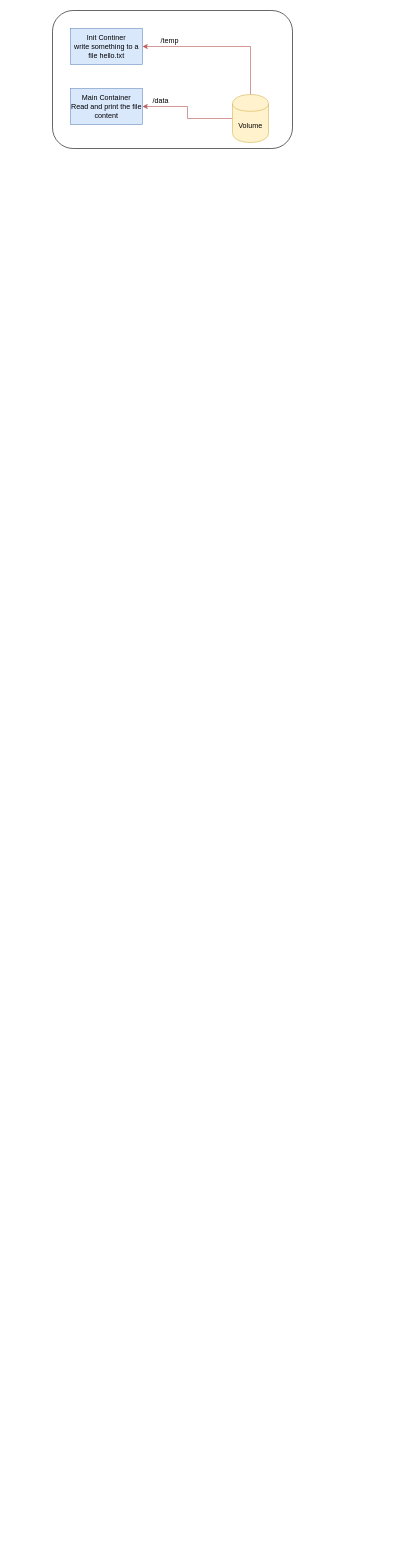
Before: page "volumes" (6 of 6) of diagrams.drawio in nilesh93/CKA-Aug-2021, a draw.io diagram. Source tidied: cells renumbered, new cells numbered last; positions are measured from the earlier drawing's top-left corner, leaving out a move shared by most shapes. Both pictures are drawn from the tidied source at 60%, with x=0, y=0 at pixel (52, 10).
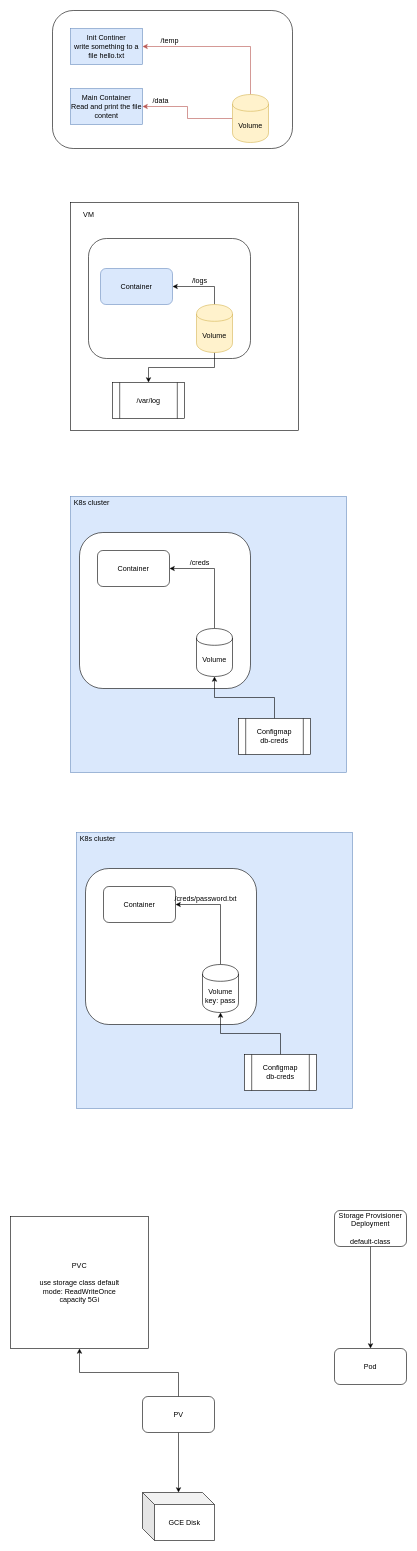
The same page after the edit.

The edit, as a diff of the source:
```diff
@@
+    <mxCell id="10" style="whiteSpace=wrap;html=1;" parent="1" vertex="1">
+      <mxGeometry x="30" y="320" width="380" height="380" as="geometry" />
+    </mxCell>
+    <mxCell id="11" style="rounded=1;whiteSpace=wrap;html=1;" parent="1" vertex="1">
+      <mxGeometry x="60" y="380" width="270" height="200" as="geometry" />
+    </mxCell>
+    <mxCell id="12" style="edgeStyle=orthogonalEdgeStyle;rounded=0;jettySize=auto;html=1;exitX=0.5;exitY=0;exitDx=0;exitDy=0;" parent="1" edge="1" source="14" target="15">
+      <mxGeometry relative="1" as="geometry" />
+    </mxCell>
+    <mxCell id="13" style="edgeStyle=orthogonalEdgeStyle;rounded=0;jettySize=auto;html=1;exitX=0.5;exitY=1;exitDx=0;exitDy=0;" parent="1" edge="1" source="14" target="17">
+      <mxGeometry relative="1" as="geometry" />
+    </mxCell>
+    <mxCell id="14" value="Volume" style="shape=cylinder;whiteSpace=wrap;html=1;boundedLbl=1;backgroundOutline=1;fillColor=#fff2cc;strokeColor=#d6b656;" parent="1" vertex="1">
+      <mxGeometry x="240" y="490" width="60" height="80" as="geometry" />
+    </mxCell>
+    <mxCell id="15" value="Container" style="rounded=1;whiteSpace=wrap;html=1;fillColor=#dae8fc;strokeColor=#6c8ebf;" parent="1" vertex="1">
+      <mxGeometry x="80" y="430" width="120" height="60" as="geometry" />
+    </mxCell>
+    <mxCell id="16" value="/logs" style="text;html=1;align=center;verticalAlign=middle;" parent="1" vertex="1">
+      <mxGeometry x="225" y="440" width="40" height="20" as="geometry" />
+    </mxCell>
+    <mxCell id="17" value="/var/log" style="shape=process;whiteSpace=wrap;html=1;backgroundOutline=1;" parent="1" vertex="1">
+      <mxGeometry x="100" y="620" width="120" height="60" as="geometry" />
+    </mxCell>
+    <mxCell id="18" value="VM" style="text;html=1;align=center;verticalAlign=middle;" parent="1" vertex="1">
+      <mxGeometry x="45" y="330" width="30" height="20" as="geometry" />
+    </mxCell>
+    <mxCell id="19" style="whiteSpace=wrap;html=1;fillColor=#dae8fc;strokeColor=#6c8ebf;" parent="1" vertex="1">
+      <mxGeometry x="30" y="810" width="460" height="460" as="geometry" />
+    </mxCell>
+    <mxCell id="20" style="rounded=1;whiteSpace=wrap;html=1;" parent="1" vertex="1">
+      <mxGeometry x="45" y="870" width="285" height="260" as="geometry" />
+    </mxCell>
+    <mxCell id="21" value="K8s cluster" style="text;html=1;align=center;verticalAlign=middle;" parent="1" vertex="1">
+      <mxGeometry x="30" y="810" width="70" height="20" as="geometry" />
+    </mxCell>
+    <mxCell id="22" value="Container" style="rounded=1;whiteSpace=wrap;html=1;" parent="1" vertex="1">
+      <mxGeometry x="75" y="900" width="120" height="60" as="geometry" />
+    </mxCell>
+    <mxCell id="23" style="edgeStyle=orthogonalEdgeStyle;rounded=0;jettySize=auto;html=1;exitX=0.5;exitY=0;exitDx=0;exitDy=0;entryX=1;entryY=0.5;entryDx=0;entryDy=0;" parent="1" edge="1" source="24" target="22">
+      <mxGeometry relative="1" as="geometry" />
+    </mxCell>
+    <mxCell id="24" value="Volume" style="shape=cylinder;whiteSpace=wrap;html=1;boundedLbl=1;backgroundOutline=1;" parent="1" vertex="1">
+      <mxGeometry x="240" y="1030" width="60" height="80" as="geometry" />
+    </mxCell>
+    <mxCell id="25" value="/creds" style="text;html=1;align=center;verticalAlign=middle;" parent="1" vertex="1">
+      <mxGeometry x="220" y="910" width="50" height="20" as="geometry" />
+    </mxCell>
+    <mxCell id="26" style="edgeStyle=orthogonalEdgeStyle;rounded=0;jettySize=auto;html=1;exitX=0.5;exitY=0;exitDx=0;exitDy=0;" parent="1" edge="1" source="27" target="24">
+      <mxGeometry relative="1" as="geometry" />
+    </mxCell>
+    <mxCell id="27" value="Configmap&lt;br&gt;db-creds" style="shape=process;whiteSpace=wrap;html=1;backgroundOutline=1;" parent="1" vertex="1">
+      <mxGeometry x="310" y="1180" width="120" height="60" as="geometry" />
+    </mxCell>
+    <mxCell id="28" style="whiteSpace=wrap;html=1;fillColor=#dae8fc;strokeColor=#6c8ebf;" parent="1" vertex="1">
+      <mxGeometry x="40" y="1370" width="460" height="460" as="geometry" />
+    </mxCell>
+    <mxCell id="29" style="rounded=1;whiteSpace=wrap;html=1;" parent="1" vertex="1">
+      <mxGeometry x="55" y="1430" width="285" height="260" as="geometry" />
+    </mxCell>
+    <mxCell id="30" value="K8s cluster" style="text;html=1;align=center;verticalAlign=middle;" parent="1" vertex="1">
+      <mxGeometry x="40" y="1370" width="70" height="20" as="geometry" />
+    </mxCell>
+    <mxCell id="31" value="Container" style="rounded=1;whiteSpace=wrap;html=1;" parent="1" vertex="1">
+      <mxGeometry x="85" y="1460" width="120" height="60" as="geometry" />
+    </mxCell>
+    <mxCell id="32" style="edgeStyle=orthogonalEdgeStyle;rounded=0;jettySize=auto;html=1;exitX=0.5;exitY=0;exitDx=0;exitDy=0;entryX=1;entryY=0.5;entryDx=0;entryDy=0;" parent="1" edge="1" source="33" target="31">
+      <mxGeometry relative="1" as="geometry" />
+    </mxCell>
+    <mxCell id="33" value="Volume&lt;br&gt;key: pass" style="shape=cylinder;whiteSpace=wrap;html=1;boundedLbl=1;backgroundOutline=1;" parent="1" vertex="1">
+      <mxGeometry x="250" y="1590" width="60" height="80" as="geometry" />
+    </mxCell>
+    <mxCell id="34" value="/creds/password.txt" style="text;html=1;align=center;verticalAlign=middle;" parent="1" vertex="1">
+      <mxGeometry x="195" y="1470" width="120" height="20" as="geometry" />
+    </mxCell>
+    <mxCell id="35" style="edgeStyle=orthogonalEdgeStyle;rounded=0;jettySize=auto;html=1;exitX=0.5;exitY=0;exitDx=0;exitDy=0;" parent="1" edge="1" source="36" target="33">
+      <mxGeometry relative="1" as="geometry" />
+    </mxCell>
+    <mxCell id="36" value="Configmap&lt;br&gt;db-creds" style="shape=process;whiteSpace=wrap;html=1;backgroundOutline=1;" parent="1" vertex="1">
+      <mxGeometry x="320" y="1740" width="120" height="60" as="geometry" />
+    </mxCell>
+    <mxCell id="37" style="edgeStyle=orthogonalEdgeStyle;rounded=0;jettySize=auto;html=1;exitX=0.5;exitY=1;exitDx=0;exitDy=0;" parent="1" edge="1" source="38" target="39">
+      <mxGeometry relative="1" as="geometry" />
+    </mxCell>
+    <mxCell id="38" value="Storage Provisioner Deployment&lt;br&gt;&lt;br&gt;default-class" style="rounded=1;whiteSpace=wrap;html=1;" parent="1" vertex="1">
+      <mxGeometry x="470" y="2000" width="120" height="60" as="geometry" />
+    </mxCell>
+    <mxCell id="39" value="Pod" style="rounded=1;whiteSpace=wrap;html=1;" parent="1" vertex="1">
+      <mxGeometry x="470" y="2230" width="120" height="60" as="geometry" />
+    </mxCell>
+    <mxCell id="40" value="PVC&lt;br&gt;&lt;br&gt;use storage class default&lt;br&gt;mode: ReadWriteOnce&lt;br&gt;capacity 5Gi" style="rounded=0;whiteSpace=wrap;html=1;" parent="1" vertex="1">
+      <mxGeometry x="-70" y="2010" width="230" height="220" as="geometry" />
+    </mxCell>
+    <mxCell id="41" value="GCE Disk" style="shape=cube;whiteSpace=wrap;html=1;boundedLbl=1;backgroundOutline=1;darkOpacity=0.05;darkOpacity2=0.1;" parent="1" vertex="1">
+      <mxGeometry x="150" y="2470" width="120" height="80" as="geometry" />
+    </mxCell>
+    <mxCell id="42" style="edgeStyle=orthogonalEdgeStyle;rounded=0;jettySize=auto;html=1;exitX=0.5;exitY=1;exitDx=0;exitDy=0;" parent="1" edge="1" source="44" target="41">
+      <mxGeometry relative="1" as="geometry" />
+    </mxCell>
+    <mxCell id="43" style="edgeStyle=orthogonalEdgeStyle;rounded=0;jettySize=auto;html=1;exitX=0.5;exitY=0;exitDx=0;exitDy=0;" parent="1" edge="1" source="44" target="40">
+      <mxGeometry relative="1" as="geometry" />
+    </mxCell>
+    <mxCell id="44" value="PV" style="rounded=1;whiteSpace=wrap;html=1;" parent="1" vertex="1">
+      <mxGeometry x="150" y="2310" width="120" height="60" as="geometry" />
+    </mxCell>
```
